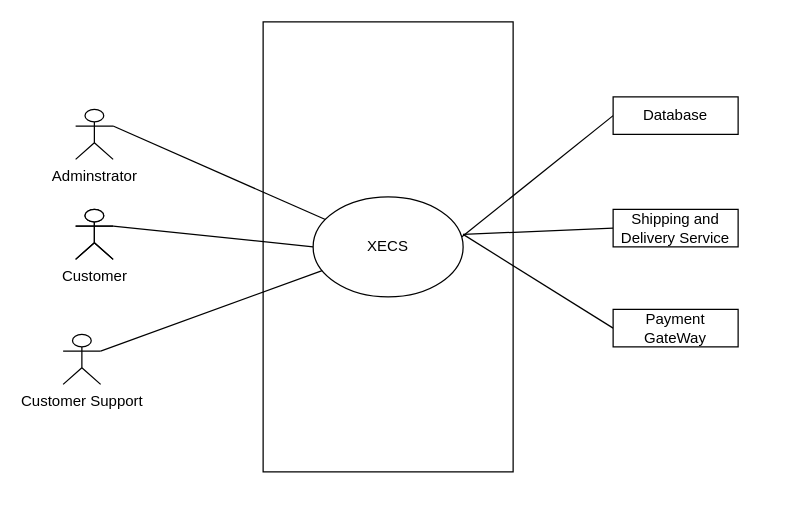
Above: Software-Requirement-Specification/Use-Case-Diagrams/Level-0.drawio in fiercePanda007/SPL2-EcommerceWebApp (draw.io), before the change. Source tidied: cells renumbered, new cells numbered last; positions are measured from the earlier drawing's top-left corner, leaving out a move shared by most shapes. Both pictures are drawn from the tidied source at 125%, with x=0, y=0 at pixel (62, 21).
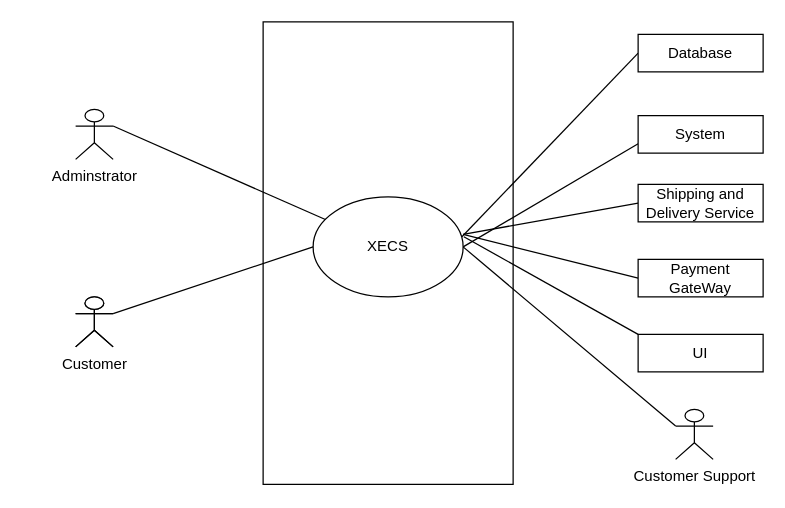
Above is the later version.

The change refers to these unchanged cells:
```xml
<mxCell id="3" value="XECS" style="ellipse;whiteSpace=wrap;html=1;rounded=0;glass=0;sketch=0;" parent="1" vertex="1">
  <mxGeometry x="200" y="140" width="120" height="80" as="geometry" />
</mxCell>
```

What changed in the source:
```diff
@@
     <mxCell id="2" style="rounded=0;whiteSpace=wrap;html=1;glass=0;" parent="1" vertex="1">
-      <mxGeometry x="160" width="200" height="360" as="geometry" />
+      <mxGeometry x="160" width="200" height="370" as="geometry" />
     </mxCell>
+    <mxCell id="17" style="edgeStyle=none;html=1;exitX=1;exitY=0.5;exitDx=0;exitDy=0;entryX=0;entryY=0.75;entryDx=0;entryDy=0;endArrow=none;endFill=0;" parent="1" edge="1" source="3" target="18">
+      <mxGeometry relative="1" as="geometry" />
+    </mxCell>
@@
     <mxCell id="4" value="Customer" style="shape=umlActor;verticalLabelPosition=bottom;verticalAlign=top;html=1;rounded=0;glass=0;sketch=0;" parent="1" vertex="1">
-      <mxGeometry x="10" y="150" width="30" height="40" as="geometry" />
+      <mxGeometry x="10" y="220" width="30" height="40" as="geometry" />
     </mxCell>
@@
     <mxCell id="6" style="shape=umlActor;verticalLabelPosition=bottom;verticalAlign=top;html=1;outlineConnect=0;rounded=0;glass=0;sketch=0;" parent="1" vertex="1">
-      <mxGeometry x="10" y="150" width="30" height="40" as="geometry" />
+      <mxGeometry x="10" y="220" width="30" height="40" as="geometry" />
     </mxCell>
@@
     <mxCell id="10" value="Database" style="rounded=0;whiteSpace=wrap;html=1;glass=0;sketch=0;" parent="1" vertex="1">
-      <mxGeometry x="440" y="60" width="100" height="30" as="geometry" />
+      <mxGeometry x="460" y="10" width="100" height="30" as="geometry" />
     </mxCell>
@@
     <mxCell id="12" value="Shipping and Delivery Service" style="rounded=0;whiteSpace=wrap;html=1;glass=0;sketch=0;" parent="1" vertex="1">
-      <mxGeometry x="440" y="150" width="100" height="30" as="geometry" />
+      <mxGeometry x="460" y="130" width="100" height="30" as="geometry" />
     </mxCell>
@@
     <mxCell id="14" value="Payment GateWay" style="rounded=0;whiteSpace=wrap;html=1;glass=0;sketch=0;" parent="1" vertex="1">
-      <mxGeometry x="440" y="230" width="100" height="30" as="geometry" />
+      <mxGeometry x="460" y="190" width="100" height="30" as="geometry" />
     </mxCell>
-    <mxCell id="15" style="edgeStyle=none;html=1;exitX=1;exitY=0.3333333333333333;exitDx=0;exitDy=0;exitPerimeter=0;endArrow=none;endFill=0;" parent="1" edge="1" source="16" target="3">
+    <mxCell id="15" style="edgeStyle=none;html=1;exitX=0;exitY=0.3333333333333333;exitDx=0;exitDy=0;exitPerimeter=0;entryX=1;entryY=0.5;entryDx=0;entryDy=0;endArrow=none;endFill=0;" parent="1" edge="1" source="16" target="3">
       <mxGeometry relative="1" as="geometry" />
     </mxCell>
     <mxCell id="16" value="Customer Support" style="shape=umlActor;verticalLabelPosition=bottom;verticalAlign=top;html=1;outlineConnect=0;rounded=0;glass=0;sketch=0;shadow=0;" parent="1" vertex="1">
-      <mxGeometry y="250" width="30" height="40" as="geometry" />
+      <mxGeometry x="490" y="310" width="30" height="40" as="geometry" />
     </mxCell>
+    <mxCell id="18" value="System" style="rounded=0;whiteSpace=wrap;html=1;glass=0;sketch=0;" parent="1" vertex="1">
+      <mxGeometry x="460" y="75" width="100" height="30" as="geometry" />
+    </mxCell>
+    <mxCell id="19" style="edgeStyle=none;html=1;exitX=0;exitY=0;exitDx=0;exitDy=0;entryX=1.005;entryY=0.399;entryDx=0;entryDy=0;entryPerimeter=0;endArrow=none;endFill=0;" parent="1" edge="1" source="20" target="3">
+      <mxGeometry relative="1" as="geometry" />
+    </mxCell>
+    <mxCell id="20" value="UI" style="rounded=0;whiteSpace=wrap;html=1;glass=0;sketch=0;" parent="1" vertex="1">
+      <mxGeometry x="460" y="250" width="100" height="30" as="geometry" />
+    </mxCell>
```
